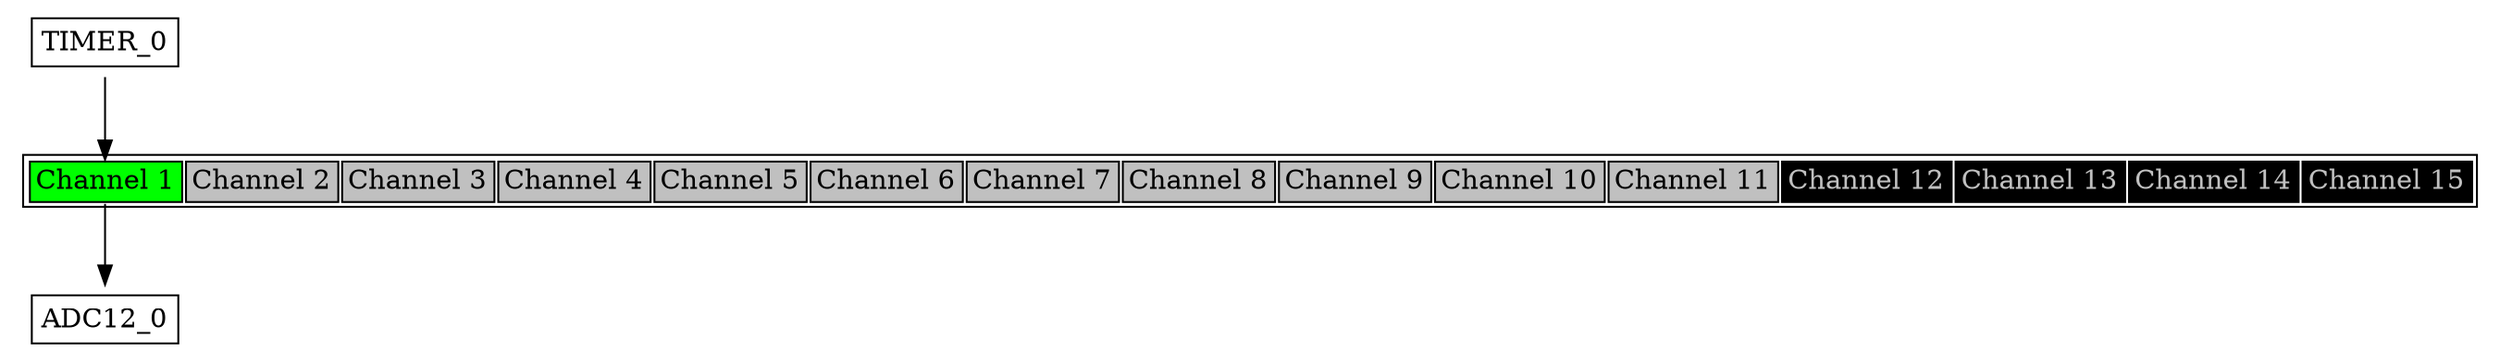
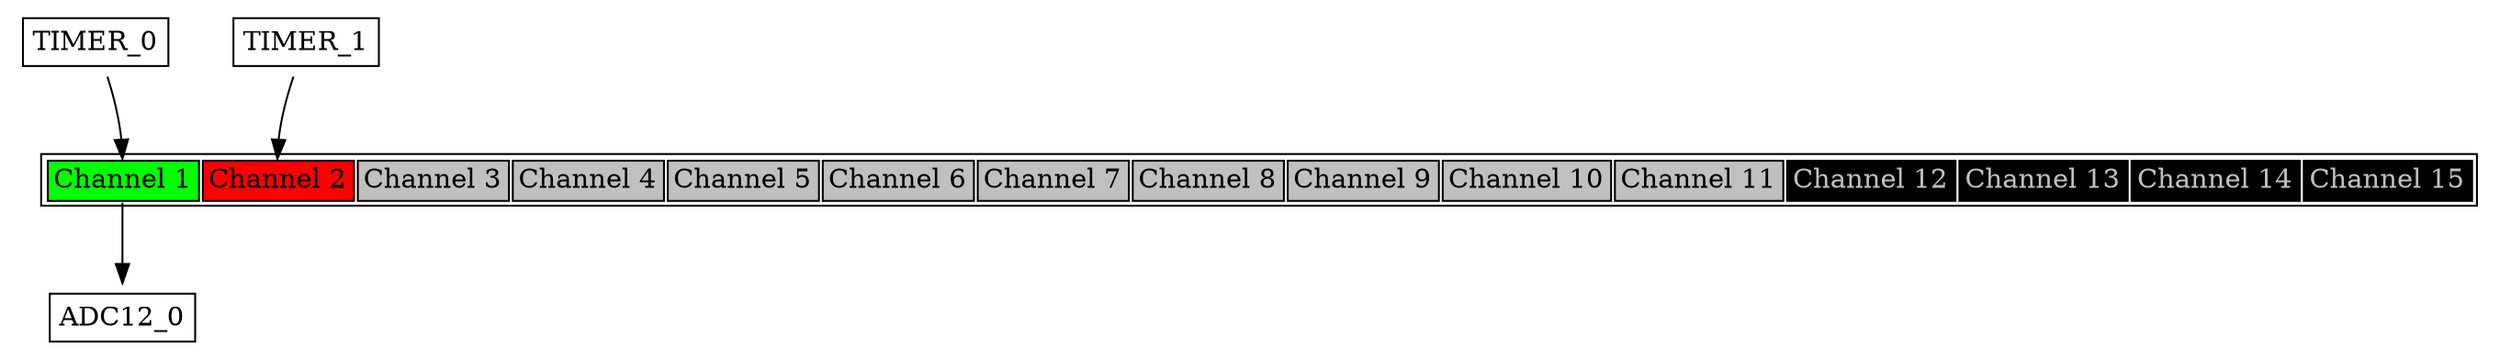


digraph H {

  parent [
   shape=plaintext
   label=<
     <table border='1' cellborder='1'>
       <tr>
            <td bgcolor="green" port='chan_1'>Channel 1</td>
-             <td bgcolor="grey" port='chan_2'>Channel 2</td>
+             <td bgcolor="red" port='chan_2'>Channel 2</td>
            <td bgcolor="grey" port='chan_3'>Channel 3</td>
            <td bgcolor="grey" port='chan_4'>Channel 4</td>
            <td bgcolor="grey" port='chan_5'>Channel 5</td>
            <td bgcolor="grey" port='chan_6'>Channel 6</td>
            <td bgcolor="grey" port='chan_7'>Channel 7</td>
            <td bgcolor="grey" port='chan_8'>Channel 8</td>
            <td bgcolor="grey" port='chan_9'>Channel 9</td>
            <td bgcolor="grey" port='chan_10'>Channel 10</td>
            <td bgcolor="grey" port='chan_11'>Channel 11</td>
            <td bgcolor="black" port='chan_12'><font color="grey">Channel 12</font></td>
            <td bgcolor="black" port='chan_13'><font color="grey">Channel 13</font></td>
            <td bgcolor="black" port='chan_14'><font color="grey">Channel 14</font></td>
            <td bgcolor="black" port='chan_15'><font color="grey">Channel 15</font></td>
         </tr>
     </table>
  >];

pub_chan_1 [
    shape=plaintext
    label=<
    <table border='1'  cellborder='0'>
      <tr><td>TIMER_0</td></tr>
    </table>
    >];
pub_chan_1 -> parent: chan_1;

sub_chan_1_0 [
  shape=plaintext
  label=<
    <table border='1'  cellborder='0'>
      <tr><td>ADC12_0</td></tr>
    </table>
  >];
parent: chan_1 -> sub_chan_1_0;
+ pub_chan_2 [
+     shape=plaintext
+     label=<
+     <table border='1'  cellborder='0'>
+       <tr><td>TIMER_1</td></tr>
+     </table>
+     >];
+ pub_chan_2 -> parent: chan_2;
+ 

}
